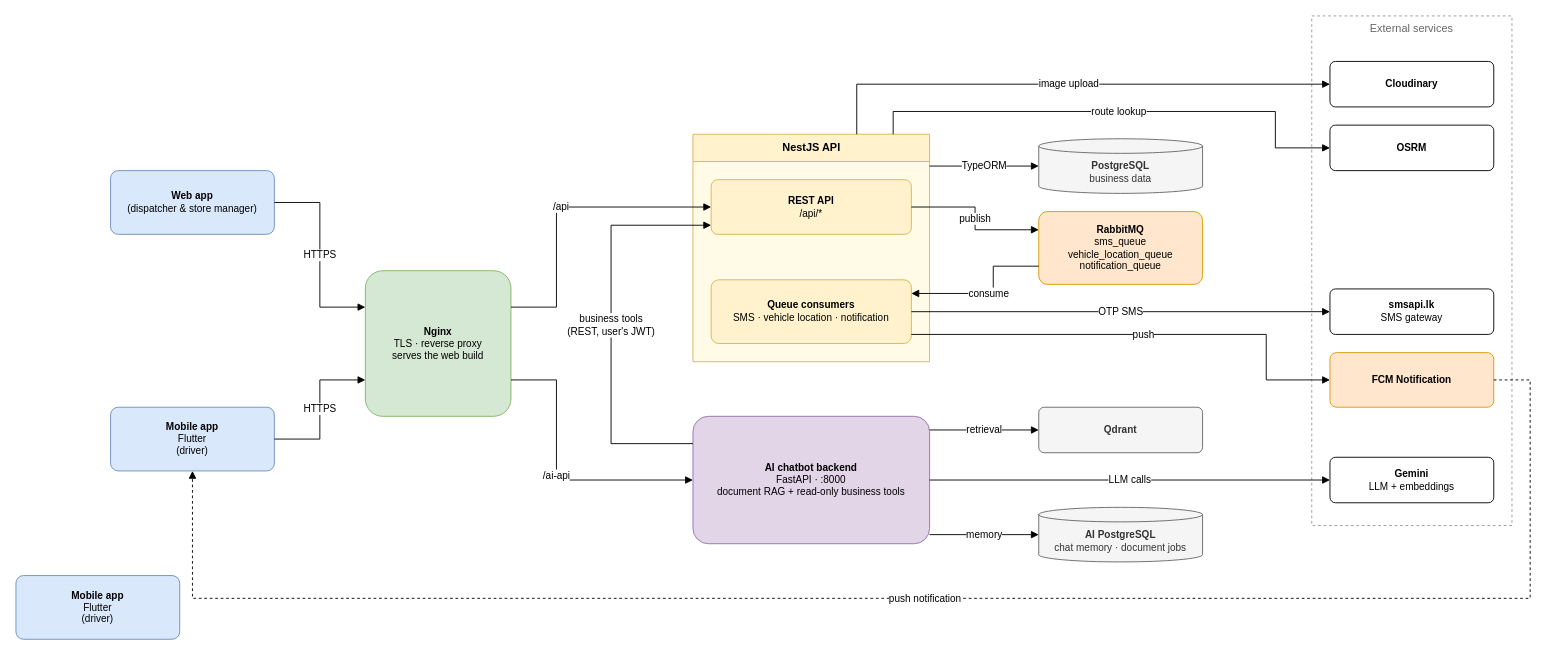
The draw.io diagram page "architecture" (1 of 3) of docs/readme.drawio in auto-dracaris/Dracarys_Waypoint, before the edit. Source tidied: cells renumbered, new cells numbered last; positions are measured from the earlier drawing's top-left corner, leaving out a move shared by most shapes. Both pictures are drawn from the tidied source at 91%, with x=0, y=0 at pixel (15, 15). Pictures stored in the file or linked from it are replaced by grey dashed boxes.
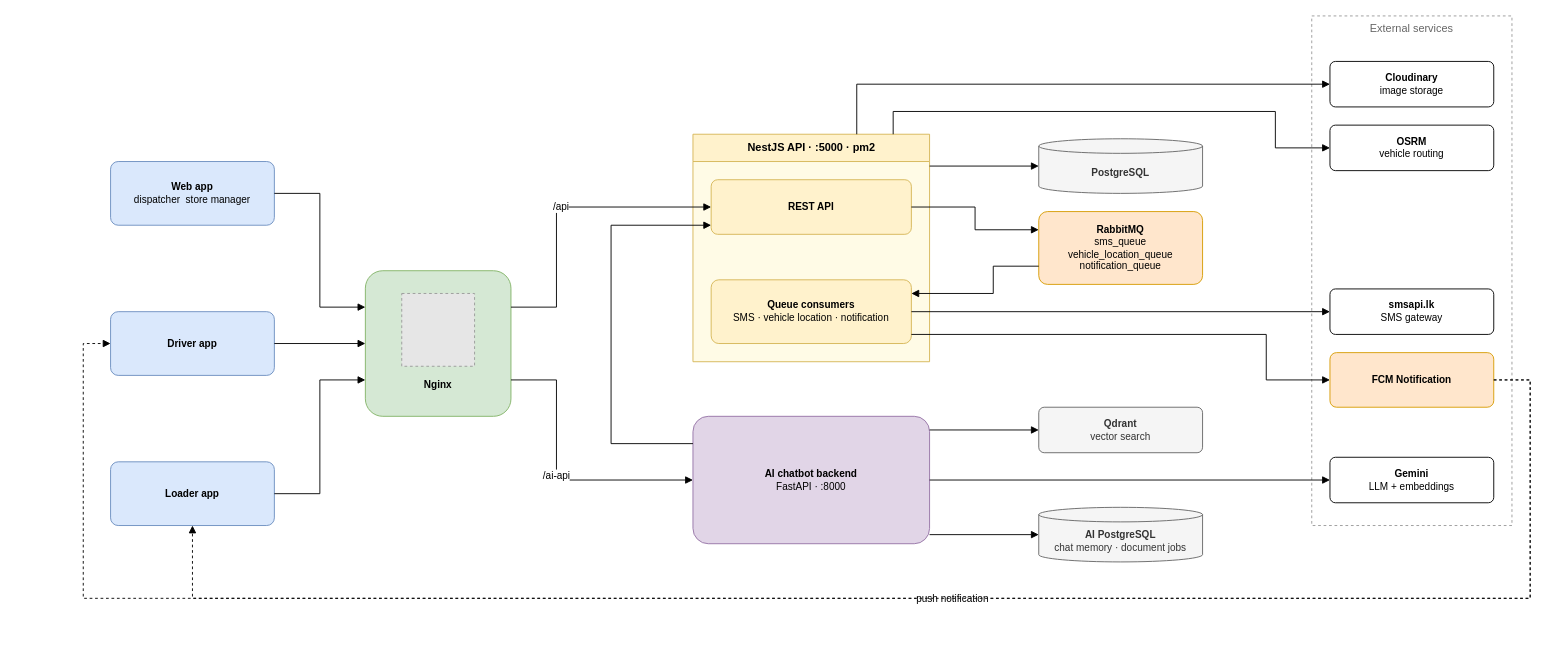
After the change.

The change refers to these unchanged cells:
```xml
<mxCell id="8" value="&lt;b&gt;Queue consumers&lt;/b&gt;&lt;br&gt;SMS · vehicle location · notification" style="rounded=1;whiteSpace=wrap;html=1;fontSize=11;arcSize=12;fillColor=#fff2cc;strokeColor=#d6b656;" parent="6" vertex="1">
  <mxGeometry x="20" y="160" width="220" height="70" as="geometry" />
</mxCell>
<mxCell id="11" value="&lt;b&gt;RabbitMQ&lt;/b&gt;&lt;br&gt;sms_queue&lt;br&gt;vehicle_location_queue&lt;br&gt;notification_queue" style="rounded=1;whiteSpace=wrap;html=1;fontSize=11;arcSize=12;fillColor=#ffe6cc;strokeColor=#d79b00;" parent="1" vertex="1">
  <mxGeometry x="1124" y="215" width="180" height="80" as="geometry" />
</mxCell>
<mxCell id="13" value="&lt;b&gt;AI PostgreSQL&lt;/b&gt;&lt;br&gt;chat memory · document jobs" style="shape=cylinder3;whiteSpace=wrap;html=1;boundedLbl=1;backgroundOutline=1;size=8;fontSize=11;fillColor=#f5f5f5;strokeColor=#666666;fontColor=#333333;" parent="1" vertex="1">
  <mxGeometry x="1124" y="540" width="180" height="60" as="geometry" />
</mxCell>
<mxCell id="16" value="&lt;b&gt;smsapi.lk&lt;/b&gt;&lt;br&gt;SMS gateway" style="rounded=1;whiteSpace=wrap;html=1;fontSize=11;arcSize=12;" parent="1" vertex="1">
  <mxGeometry x="1444" y="300" width="180" height="50" as="geometry" />
</mxCell>
<mxCell id="17" value="&lt;b&gt;FCM Notification&lt;/b&gt;" style="rounded=1;whiteSpace=wrap;html=1;fontSize=11;arcSize=12;fillColor=#ffe6cc;strokeColor=#d79b00;" parent="1" vertex="1">
  <mxGeometry x="1444" y="370" width="180" height="60" as="geometry" />
</mxCell>
<mxCell id="18" value="&lt;b&gt;Gemini&lt;/b&gt;&lt;br&gt;LLM + embeddings" style="rounded=1;whiteSpace=wrap;html=1;fontSize=11;arcSize=12;" parent="1" vertex="1">
  <mxGeometry x="1444" y="485" width="180" height="50" as="geometry" />
</mxCell>
```

The edit, as a diff of the source:
```diff
@@
-    <mxCell id="3" value="&lt;b&gt;Web app&lt;/b&gt;&lt;br&gt;(dispatcher &amp;amp; store manager)" style="rounded=1;whiteSpace=wrap;html=1;fontSize=11;arcSize=12;fillColor=#dae8fc;strokeColor=#6c8ebf;" parent="1" vertex="1">
-      <mxGeometry x="104" y="170" width="180" height="70" as="geometry" />
+    <mxCell id="3" value="&lt;b&gt;Web app&lt;/b&gt;&lt;br&gt;dispatcher&amp;nbsp; store manager" style="rounded=1;whiteSpace=wrap;html=1;fontSize=11;arcSize=12;fillColor=#dae8fc;strokeColor=#6c8ebf;" parent="1" vertex="1">
+      <mxGeometry x="104" y="160" width="180" height="70" as="geometry" />
     </mxCell>
-    <mxCell id="4" value="&lt;b&gt;Mobile app&lt;/b&gt;&lt;br&gt;Flutter&lt;br&gt;(driver)" style="rounded=1;whiteSpace=wrap;html=1;fontSize=11;arcSize=12;fillColor=#dae8fc;strokeColor=#6c8ebf;" parent="1" vertex="1">
-      <mxGeometry x="104" y="430" width="180" height="70" as="geometry" />
-    </mxCell>
+    <mxCell id="36" value="&lt;b&gt;Driver app&lt;/b&gt;" style="rounded=1;whiteSpace=wrap;html=1;fontSize=11;arcSize=12;fillColor=#dae8fc;strokeColor=#6c8ebf;" parent="1" vertex="1">
+      <mxGeometry x="104" y="325" width="180" height="70" as="geometry" />
+    </mxCell>
+    <mxCell id="37" value="&lt;b&gt;Loader app&lt;/b&gt;" style="rounded=1;whiteSpace=wrap;html=1;fontSize=11;arcSize=12;fillColor=#dae8fc;strokeColor=#6c8ebf;" parent="1" vertex="1">
+      <mxGeometry x="104" y="490" width="180" height="70" as="geometry" />
+    </mxCell>
-    <mxCell id="5" value="&lt;b&gt;Nginx&lt;/b&gt;&lt;br&gt;TLS · reverse proxy&lt;br&gt;serves the web build" style="rounded=1;whiteSpace=wrap;html=1;fontSize=11;arcSize=12;fillColor=#d5e8d4;strokeColor=#82b366;" parent="1" vertex="1">
+    <mxCell id="5" style="rounded=1;whiteSpace=wrap;html=1;fontSize=11;arcSize=12;fillColor=#d5e8d4;strokeColor=#82b366;" parent="1" vertex="1">
       <mxGeometry x="384" y="280" width="160" height="160" as="geometry" />
     </mxCell>
-    <mxCell id="6" value="NestJS API" style="swimlane;startSize=30;html=1;fontSize=12;swimlaneFillColor=#fffbe6;fillColor=#fff2cc;strokeColor=#d6b656;" parent="1" vertex="1">
+    <mxCell id="6" value="NestJS API · :5000 · pm2" style="swimlane;startSize=30;html=1;fontSize=12;swimlaneFillColor=#fffbe6;fillColor=#fff2cc;strokeColor=#d6b656;" parent="1" vertex="1">
       <mxGeometry x="744" y="130" width="260" height="250" as="geometry" />
     </mxCell>
-    <mxCell id="7" value="&lt;b&gt;REST API&lt;/b&gt;&lt;br&gt;/api/*" style="rounded=1;whiteSpace=wrap;html=1;fontSize=11;arcSize=12;fillColor=#fff2cc;strokeColor=#d6b656;" parent="6" vertex="1">
+    <mxCell id="7" value="&lt;b&gt;REST API&lt;/b&gt;" style="rounded=1;whiteSpace=wrap;html=1;fontSize=11;arcSize=12;fillColor=#fff2cc;strokeColor=#d6b656;" parent="6" vertex="1">
       <mxGeometry x="20" y="50" width="220" height="60" as="geometry" />
     </mxCell>
@@
-    <mxCell id="9" value="&lt;b&gt;AI chatbot backend&lt;/b&gt;&lt;br&gt;FastAPI · :8000&lt;br&gt;document RAG + read-only business tools" style="rounded=1;whiteSpace=wrap;html=1;fontSize=11;arcSize=12;fillColor=#e1d5e7;strokeColor=#9673a6;" parent="1" vertex="1">
+    <mxCell id="9" value="&lt;b&gt;AI chatbot backend&lt;/b&gt;&lt;br&gt;FastAPI · :8000" style="rounded=1;whiteSpace=wrap;html=1;fontSize=11;arcSize=12;fillColor=#e1d5e7;strokeColor=#9673a6;" parent="1" vertex="1">
       <mxGeometry x="744" y="440" width="260" height="140" as="geometry" />
     </mxCell>
-    <mxCell id="10" value="&lt;b&gt;PostgreSQL&lt;/b&gt;&lt;br&gt;business data" style="shape=cylinder3;whiteSpace=wrap;html=1;boundedLbl=1;backgroundOutline=1;size=8;fontSize=11;fillColor=#f5f5f5;strokeColor=#666666;fontColor=#333333;" parent="1" vertex="1">
+    <mxCell id="10" value="&lt;b&gt;PostgreSQL&lt;/b&gt;" style="shape=cylinder3;whiteSpace=wrap;html=1;boundedLbl=1;backgroundOutline=1;size=8;fontSize=11;fillColor=#f5f5f5;strokeColor=#666666;fontColor=#333333;" parent="1" vertex="1">
       <mxGeometry x="1124" y="135" width="180" height="60" as="geometry" />
     </mxCell>
@@
-    <mxCell id="12" value="&lt;b&gt;Qdrant&lt;/b&gt;" style="rounded=1;whiteSpace=wrap;html=1;fontSize=11;arcSize=12;fillColor=#f5f5f5;strokeColor=#666666;fontColor=#333333;" parent="1" vertex="1">
+    <mxCell id="12" value="&lt;b&gt;Qdrant&lt;/b&gt;&lt;br&gt;vector search" style="rounded=1;whiteSpace=wrap;html=1;fontSize=11;arcSize=12;fillColor=#f5f5f5;strokeColor=#666666;fontColor=#333333;" parent="1" vertex="1">
       <mxGeometry x="1124" y="430" width="180" height="50" as="geometry" />
     </mxCell>
@@
-    <mxCell id="14" value="&lt;b&gt;Cloudinary&lt;/b&gt;" style="rounded=1;whiteSpace=wrap;html=1;fontSize=11;arcSize=12;" parent="1" vertex="1">
+    <mxCell id="14" value="&lt;b&gt;Cloudinary&lt;/b&gt;&lt;br&gt;image storage" style="rounded=1;whiteSpace=wrap;html=1;fontSize=11;arcSize=12;" parent="1" vertex="1">
       <mxGeometry x="1444" y="50" width="180" height="50" as="geometry" />
     </mxCell>
-    <mxCell id="15" value="&lt;b&gt;OSRM&lt;/b&gt;" style="rounded=1;whiteSpace=wrap;html=1;fontSize=11;arcSize=12;" parent="1" vertex="1">
+    <mxCell id="15" value="&lt;b&gt;OSRM&lt;/b&gt;&lt;br&gt;vehicle routing" style="rounded=1;whiteSpace=wrap;html=1;fontSize=11;arcSize=12;" parent="1" vertex="1">
       <mxGeometry x="1444" y="120" width="180" height="50" as="geometry" />
     </mxCell>
@@
-    <mxCell id="19" value="HTTPS" style="edgeStyle=none;html=1;rounded=0;fontSize=11;labelBackgroundColor=default;endArrow=block;endFill=1;exitX=1;exitY=0.5;exitDx=0;exitDy=0;entryX=0;entryY=0.25;entryDx=0;entryDy=0;" parent="1" edge="1" source="3" target="5">
+    <mxCell id="19" style="edgeStyle=none;html=1;rounded=0;fontSize=11;labelBackgroundColor=default;endArrow=block;endFill=1;exitX=1;exitY=0.5;exitDx=0;exitDy=0;entryX=0;entryY=0.25;entryDx=0;entryDy=0;" parent="1" edge="1" source="3" target="5">
       <mxGeometry relative="1" as="geometry">
         <Array as="points">
-          <mxPoint x="334" y="205" />
+          <mxPoint x="334" y="195" />
           <mxPoint x="334" y="320" />
         </Array>
       </mxGeometry>
     </mxCell>
-    <mxCell id="20" value="HTTPS" style="edgeStyle=none;html=1;rounded=0;fontSize=11;labelBackgroundColor=default;endArrow=block;endFill=1;exitX=1;exitY=0.5;exitDx=0;exitDy=0;entryX=0;entryY=0.75;entryDx=0;entryDy=0;" parent="1" edge="1" source="4" target="5">
-      <mxGeometry relative="1" as="geometry">
-        <Array as="points">
-          <mxPoint x="334" y="465" />
-          <mxPoint x="334" y="400" />
-        </Array>
-      </mxGeometry>
-    </mxCell>
+    <mxCell id="38" style="edgeStyle=none;html=1;rounded=0;fontSize=11;labelBackgroundColor=default;endArrow=block;endFill=1;exitX=1;exitY=0.5;exitDx=0;exitDy=0;entryX=0;entryY=0.5;entryDx=0;entryDy=0;" parent="1" edge="1" source="36" target="5">
+      <mxGeometry relative="1" as="geometry" />
+    </mxCell>
+    <mxCell id="39" style="edgeStyle=none;html=1;rounded=0;fontSize=11;labelBackgroundColor=default;endArrow=block;endFill=1;exitX=1;exitY=0.5;exitDx=0;exitDy=0;entryX=0;entryY=0.75;entryDx=0;entryDy=0;" parent="1" edge="1" source="37" target="5">
+      <mxGeometry relative="1" as="geometry">
+        <Array as="points">
+          <mxPoint x="334" y="525" />
+          <mxPoint x="334" y="400" />
+        </Array>
+      </mxGeometry>
+    </mxCell>
@@
-    <mxCell id="23" value="business tools&lt;br&gt;(REST, user's JWT)" style="edgeStyle=none;html=1;rounded=0;fontSize=11;labelBackgroundColor=default;endArrow=block;endFill=1;exitX=0;exitY=0.2143;exitDx=0;exitDy=0;entryX=0;entryY=0.8333;entryDx=0;entryDy=0;" parent="1" edge="1" source="9" target="7">
+    <mxCell id="23" style="edgeStyle=none;html=1;rounded=0;fontSize=11;labelBackgroundColor=default;endArrow=block;endFill=1;exitX=0;exitY=0.2143;exitDx=0;exitDy=0;entryX=0;entryY=0.8333;entryDx=0;entryDy=0;" parent="1" edge="1" source="9" target="7">
       <mxGeometry relative="1" as="geometry">
         <Array as="points">
           <mxPoint x="654" y="470" />
           <mxPoint x="654" y="230" />
         </Array>
       </mxGeometry>
     </mxCell>
-    <mxCell id="24" value="TypeORM" style="edgeStyle=none;html=1;rounded=0;fontSize=11;labelBackgroundColor=default;endArrow=block;endFill=1;exitX=1;exitY=0.14;exitDx=0;exitDy=0;entryX=0;entryY=0.5;entryDx=0;entryDy=0;" parent="1" edge="1" source="6" target="10">
+    <mxCell id="24" style="edgeStyle=none;html=1;rounded=0;fontSize=11;labelBackgroundColor=default;endArrow=block;endFill=1;exitX=1;exitY=0.14;exitDx=0;exitDy=0;entryX=0;entryY=0.5;entryDx=0;entryDy=0;" parent="1" edge="1" source="6" target="10">
       <mxGeometry relative="1" as="geometry" />
     </mxCell>
-    <mxCell id="25" value="publish" style="edgeStyle=none;html=1;rounded=0;fontSize=11;labelBackgroundColor=default;endArrow=block;endFill=1;exitX=1;exitY=0.5;exitDx=0;exitDy=0;entryX=0;entryY=0.25;entryDx=0;entryDy=0;" parent="1" edge="1" source="7" target="11">
+    <mxCell id="25" style="edgeStyle=none;html=1;rounded=0;fontSize=11;labelBackgroundColor=default;endArrow=block;endFill=1;exitX=1;exitY=0.5;exitDx=0;exitDy=0;entryX=0;entryY=0.25;entryDx=0;entryDy=0;" parent="1" edge="1" source="7" target="11">
       <mxGeometry relative="1" as="geometry">
         <Array as="points">
           <mxPoint x="1054" y="210" />
           <mxPoint x="1054" y="235" />
         </Array>
       </mxGeometry>
     </mxCell>
-    <mxCell id="26" value="consume" style="edgeStyle=none;html=1;rounded=0;fontSize=11;labelBackgroundColor=default;endArrow=block;endFill=1;exitX=0;exitY=0.75;exitDx=0;exitDy=0;entryX=1;entryY=0.2143;entryDx=0;entryDy=0;" parent="1" edge="1" source="11" target="8">
+    <mxCell id="26" style="edgeStyle=none;html=1;rounded=0;fontSize=11;labelBackgroundColor=default;endArrow=block;endFill=1;exitX=0;exitY=0.75;exitDx=0;exitDy=0;entryX=1;entryY=0.2143;entryDx=0;entryDy=0;" parent="1" edge="1" source="11" target="8">
       <mxGeometry relative="1" as="geometry">
         <Array as="points">
           <mxPoint x="1074" y="275" />
           <mxPoint x="1074" y="305" />
         </Array>
       </mxGeometry>
     </mxCell>
-    <mxCell id="27" value="OTP SMS" style="edgeStyle=none;html=1;rounded=0;fontSize=11;labelBackgroundColor=default;endArrow=block;endFill=1;exitX=1;exitY=0.5;exitDx=0;exitDy=0;entryX=0;entryY=0.5;entryDx=0;entryDy=0;" parent="1" edge="1" source="8" target="16">
+    <mxCell id="27" style="edgeStyle=none;html=1;rounded=0;fontSize=11;labelBackgroundColor=default;endArrow=block;endFill=1;exitX=1;exitY=0.5;exitDx=0;exitDy=0;entryX=0;entryY=0.5;entryDx=0;entryDy=0;" parent="1" edge="1" source="8" target="16">
       <mxGeometry relative="1" as="geometry" />
     </mxCell>
-    <mxCell id="28" value="push" style="edgeStyle=none;html=1;rounded=0;fontSize=11;labelBackgroundColor=default;endArrow=block;endFill=1;exitX=1;exitY=0.8571;exitDx=0;exitDy=0;entryX=0;entryY=0.5;entryDx=0;entryDy=0;" parent="1" edge="1" source="8" target="17">
+    <mxCell id="28" style="edgeStyle=none;html=1;rounded=0;fontSize=11;labelBackgroundColor=default;endArrow=block;endFill=1;exitX=1;exitY=0.8571;exitDx=0;exitDy=0;entryX=0;entryY=0.5;entryDx=0;entryDy=0;" parent="1" edge="1" source="8" target="17">
       <mxGeometry relative="1" as="geometry">
         <Array as="points">
           <mxPoint x="1374" y="350" />
           <mxPoint x="1374" y="400" />
         </Array>
       </mxGeometry>
     </mxCell>
-    <mxCell id="29" value="image upload" style="edgeStyle=none;html=1;rounded=0;fontSize=11;labelBackgroundColor=default;endArrow=block;endFill=1;exitX=0.6923;exitY=0;exitDx=0;exitDy=0;entryX=0;entryY=0.5;entryDx=0;entryDy=0;" parent="1" edge="1" source="6" target="14">
+    <mxCell id="29" style="edgeStyle=none;html=1;rounded=0;fontSize=11;labelBackgroundColor=default;endArrow=block;endFill=1;exitX=0.6923;exitY=0;exitDx=0;exitDy=0;entryX=0;entryY=0.5;entryDx=0;entryDy=0;" parent="1" edge="1" source="6" target="14">
       <mxGeometry relative="1" as="geometry">
         <Array as="points">
           <mxPoint x="924" y="75" />
         </Array>
       </mxGeometry>
     </mxCell>
-    <mxCell id="30" value="route lookup" style="edgeStyle=none;html=1;rounded=0;fontSize=11;labelBackgroundColor=default;endArrow=block;endFill=1;exitX=0.8462;exitY=0;exitDx=0;exitDy=0;entryX=0;entryY=0.5;entryDx=0;entryDy=0;" parent="1" edge="1" source="6" target="15">
+    <mxCell id="30" style="edgeStyle=none;html=1;rounded=0;fontSize=11;labelBackgroundColor=default;endArrow=block;endFill=1;exitX=0.8462;exitY=0;exitDx=0;exitDy=0;entryX=0;entryY=0.5;entryDx=0;entryDy=0;" parent="1" edge="1" source="6" target="15">
       <mxGeometry relative="1" as="geometry">
         <Array as="points">
           <mxPoint x="964" y="105" />
           <mxPoint x="1384" y="105" />
           <mxPoint x="1384" y="145" />
         </Array>
       </mxGeometry>
     </mxCell>
-    <mxCell id="31" value="retrieval" style="edgeStyle=none;html=1;rounded=0;fontSize=11;labelBackgroundColor=default;endArrow=block;endFill=1;exitX=1;exitY=0.1071;exitDx=0;exitDy=0;entryX=0;entryY=0.5;entryDx=0;entryDy=0;" parent="1" edge="1" source="9" target="12">
+    <mxCell id="31" style="edgeStyle=none;html=1;rounded=0;fontSize=11;labelBackgroundColor=default;endArrow=block;endFill=1;exitX=1;exitY=0.1071;exitDx=0;exitDy=0;entryX=0;entryY=0.5;entryDx=0;entryDy=0;" parent="1" edge="1" source="9" target="12">
       <mxGeometry relative="1" as="geometry" />
     </mxCell>
-    <mxCell id="32" value="LLM calls" style="edgeStyle=none;html=1;rounded=0;fontSize=11;labelBackgroundColor=default;endArrow=block;endFill=1;exitX=1;exitY=0.5;exitDx=0;exitDy=0;entryX=0;entryY=0.5;entryDx=0;entryDy=0;" parent="1" edge="1" source="9" target="18">
+    <mxCell id="32" style="edgeStyle=none;html=1;rounded=0;fontSize=11;labelBackgroundColor=default;endArrow=block;endFill=1;exitX=1;exitY=0.5;exitDx=0;exitDy=0;entryX=0;entryY=0.5;entryDx=0;entryDy=0;" parent="1" edge="1" source="9" target="18">
       <mxGeometry relative="1" as="geometry" />
     </mxCell>
-    <mxCell id="33" value="memory" style="edgeStyle=none;html=1;rounded=0;fontSize=11;labelBackgroundColor=default;endArrow=block;endFill=1;exitX=1;exitY=0.9286;exitDx=0;exitDy=0;entryX=0;entryY=0.5;entryDx=0;entryDy=0;" parent="1" edge="1" source="9" target="13">
+    <mxCell id="33" style="edgeStyle=none;html=1;rounded=0;fontSize=11;labelBackgroundColor=default;endArrow=block;endFill=1;exitX=1;exitY=0.9286;exitDx=0;exitDy=0;entryX=0;entryY=0.5;entryDx=0;entryDy=0;" parent="1" edge="1" source="9" target="13">
       <mxGeometry relative="1" as="geometry" />
     </mxCell>
-    <mxCell id="34" value="push notification" style="edgeStyle=none;html=1;rounded=0;fontSize=11;labelBackgroundColor=default;endArrow=block;endFill=1;exitX=1;exitY=0.5;exitDx=0;exitDy=0;entryX=0.5;entryY=1;entryDx=0;entryDy=0;dashed=1;" parent="1" edge="1" source="17" target="4">
+    <mxCell id="34" value="push notification" style="edgeStyle=none;html=1;rounded=0;fontSize=11;labelBackgroundColor=default;endArrow=block;endFill=1;exitX=1;exitY=0.5;exitDx=0;exitDy=0;entryX=0.5;entryY=1;entryDx=0;entryDy=0;dashed=1;" parent="1" edge="1" source="17" target="37">
       <mxGeometry relative="1" as="geometry">
         <Array as="points">
           <mxPoint x="1664" y="400" />
           <mxPoint x="1664" y="640" />
           <mxPoint x="194" y="640" />
         </Array>
       </mxGeometry>
     </mxCell>
-    <mxCell id="35" value="&lt;b&gt;Mobile app&lt;/b&gt;&lt;br&gt;Flutter&lt;br&gt;(driver)" style="rounded=1;whiteSpace=wrap;html=1;fontSize=11;arcSize=12;fillColor=#dae8fc;strokeColor=#6c8ebf;" parent="1" vertex="1">
-      <mxGeometry y="615" width="180" height="70" as="geometry" />
-    </mxCell>
+    <mxCell id="40" style="edgeStyle=none;html=1;rounded=0;fontSize=11;labelBackgroundColor=default;endArrow=block;endFill=1;exitX=1;exitY=0.5;exitDx=0;exitDy=0;entryX=0;entryY=0.5;entryDx=0;entryDy=0;dashed=1;" parent="1" edge="1" source="17" target="36">
+      <mxGeometry relative="1" as="geometry">
+        <Array as="points">
+          <mxPoint x="1664" y="400" />
+          <mxPoint x="1664" y="640" />
+          <mxPoint x="74" y="640" />
+          <mxPoint x="74" y="360" />
+        </Array>
+      </mxGeometry>
+    </mxCell>
+    <mxCell id="41" style="fillColor=#E6E6E6;strokeColor=#999999;dashed=1;verticalLabelPosition=bottom;labelBackgroundColor=default;verticalAlign=top;" parent="1" vertex="1">
+      <mxGeometry x="424" y="305" width="80" height="80" as="geometry" />
+    </mxCell>
+    <mxCell id="42" value="&lt;b style=&quot;font-size: 11px;&quot;&gt;Nginx&lt;/b&gt;" style="text;html=1;whiteSpace=wrap;strokeColor=none;fillColor=none;align=center;verticalAlign=middle;rounded=0;" parent="1" vertex="1">
+      <mxGeometry x="434" y="390" width="60" height="30" as="geometry" />
+    </mxCell>
```
